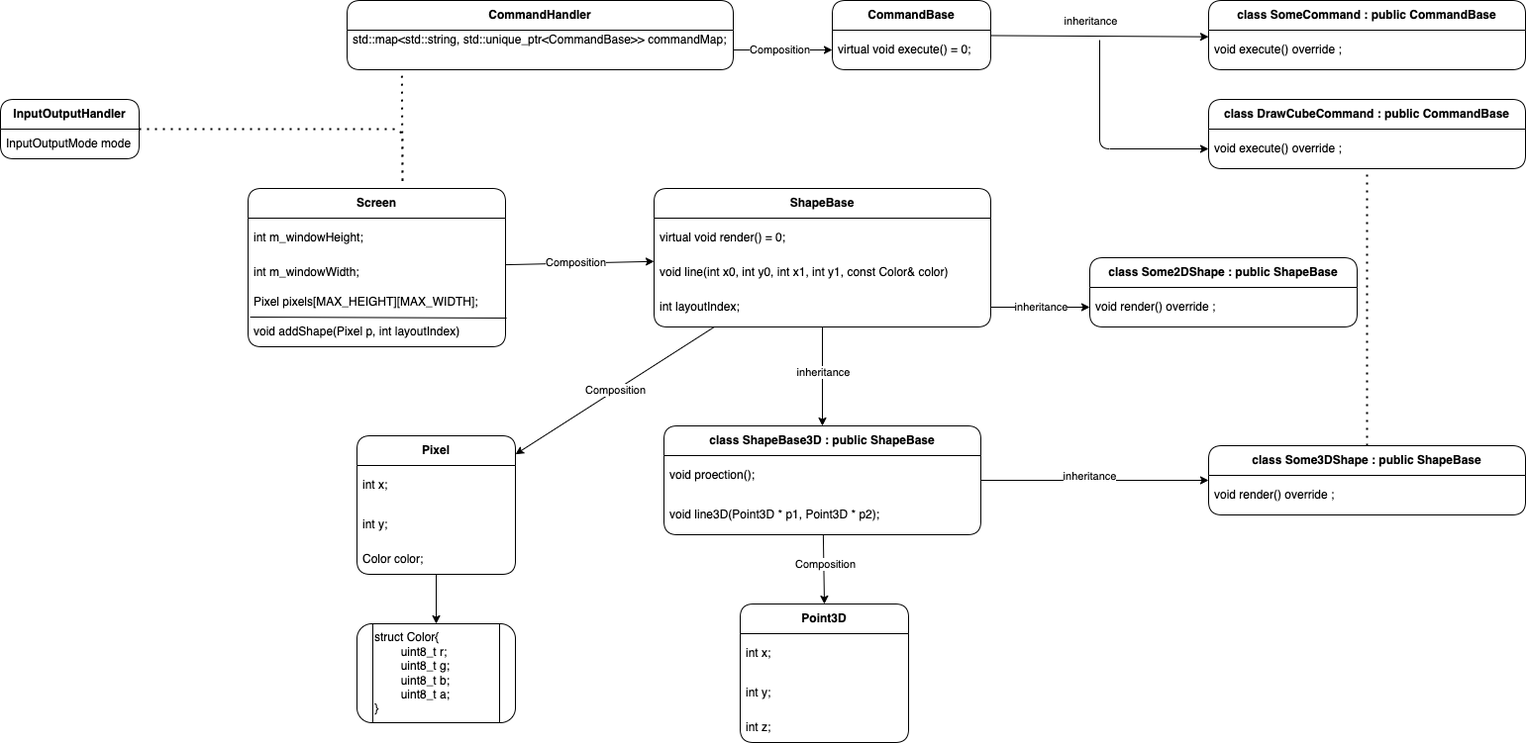
Earlier version of the draw.io export docs/uml.drawio.png (fcg-coder/WebAssembly-Command-Handler). Source tidied: cells renumbered, new cells last; positions are measured from the earlier drawing's top-left corner, leaving out a move shared by most shapes.
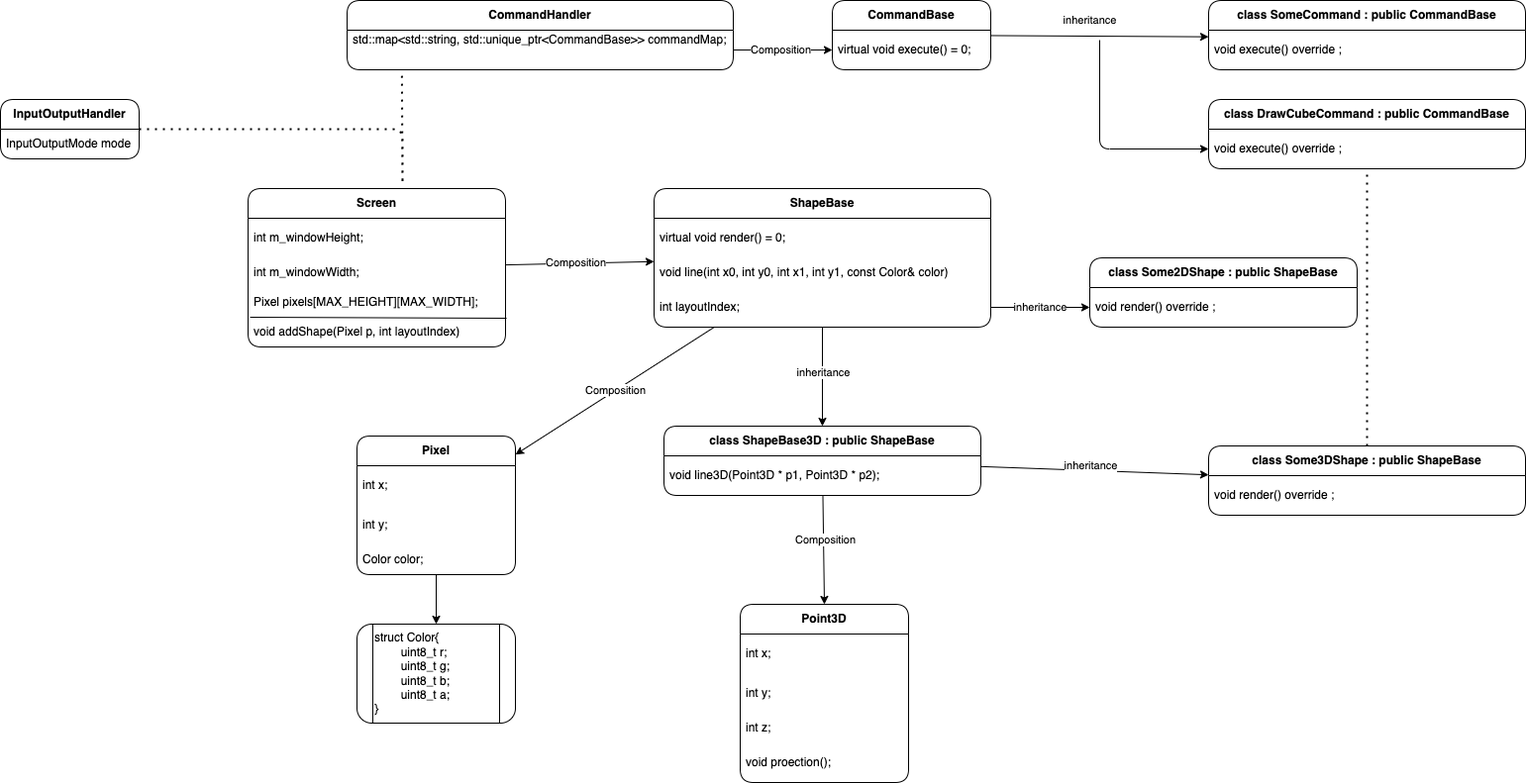
After the change.

Commit message:
upd: uml

Diff of the diagram source:
```diff
@@ -111,16 +111,13 @@
       <mxGeometry x="-0.05" y="5" relative="1" as="geometry" />
     </mxCell>
     <mxCell id="36" value="&lt;b&gt;class ShapeBase3D : public ShapeBase&lt;/b&gt;" style="swimlane;fontStyle=0;horizontal=1;startSize=30;whiteSpace=wrap;html=1;rounded=1;" parent="1" vertex="1">
-      <mxGeometry x="670" y="430" width="320" height="110" as="geometry" />
+      <mxGeometry x="670" y="430" width="320" height="70" as="geometry" />
     </mxCell>
-    <mxCell id="37" value="&lt;div style=&quot;padding: 0px; margin: 0px;&quot;&gt;&lt;font color=&quot;#000000&quot;&gt;void proection();&lt;/font&gt;&lt;/div&gt;" style="text;strokeColor=none;fillColor=none;align=left;verticalAlign=middle;spacingLeft=4;spacingRight=4;overflow=hidden;whiteSpace=wrap;html=1;rounded=1;" parent="36" vertex="1">
-      <mxGeometry y="30" width="320" height="40" as="geometry" />
-    </mxCell>
     <mxCell id="38" value="&lt;div style=&quot;padding: 0px; margin: 0px;&quot;&gt;&lt;div style=&quot;padding: 0px; margin: 0px;&quot;&gt;void line3D(Point3D * p1, Point3D * p2);&lt;/div&gt;&lt;/div&gt;" style="text;strokeColor=none;fillColor=none;align=left;verticalAlign=middle;spacingLeft=4;spacingRight=4;overflow=hidden;whiteSpace=wrap;html=1;rounded=1;" parent="36" vertex="1">
-      <mxGeometry y="70" width="320" height="40" as="geometry" />
+      <mxGeometry y="30" width="320" height="40" as="geometry" />
     </mxCell>
     <mxCell id="39" value="&lt;b&gt;Point3D&lt;/b&gt;" style="swimlane;fontStyle=0;horizontal=1;startSize=30;whiteSpace=wrap;html=1;rounded=1;" parent="1" vertex="1">
-      <mxGeometry x="747" y="610" width="170" height="140" as="geometry" />
+      <mxGeometry x="747" y="610" width="170" height="180" as="geometry" />
     </mxCell>
     <mxCell id="40" value="&lt;div style=&quot;padding: 0px; margin: 0px;&quot;&gt;&lt;font color=&quot;#000000&quot;&gt;int x;&lt;/font&gt;&lt;/div&gt;" style="text;strokeColor=none;fillColor=none;align=left;verticalAlign=middle;spacingLeft=4;spacingRight=4;overflow=hidden;whiteSpace=wrap;html=1;rounded=1;" parent="39" vertex="1">
       <mxGeometry y="30" width="170" height="40" as="geometry" />
@@ -131,6 +128,9 @@
     <mxCell id="42" value="&lt;div style=&quot;padding: 0px; margin: 0px;&quot;&gt;&lt;font color=&quot;#000000&quot;&gt;int z;&lt;/font&gt;&lt;/div&gt;" style="text;strokeColor=none;fillColor=none;align=left;verticalAlign=middle;spacingLeft=4;spacingRight=4;overflow=hidden;whiteSpace=wrap;html=1;rounded=1;" parent="39" vertex="1">
       <mxGeometry y="110" width="170" height="30" as="geometry" />
     </mxCell>
+    <mxCell id="37" value="&lt;div style=&quot;padding: 0px; margin: 0px;&quot;&gt;&lt;font color=&quot;#000000&quot;&gt;void proection();&lt;/font&gt;&lt;/div&gt;" style="text;strokeColor=none;fillColor=none;align=left;verticalAlign=middle;spacingLeft=4;spacingRight=4;overflow=hidden;whiteSpace=wrap;html=1;rounded=1;" parent="39" vertex="1">
+      <mxGeometry y="140" width="170" height="40" as="geometry" />
+    </mxCell>
     <mxCell id="43" value="&lt;b&gt;class SomeCommand : public CommandBase&lt;/b&gt;" style="swimlane;fontStyle=0;horizontal=1;startSize=30;whiteSpace=wrap;html=1;rounded=1;" parent="1" vertex="1">
       <mxGeometry x="1220" width="320" height="70" as="geometry" />
     </mxCell>
```
